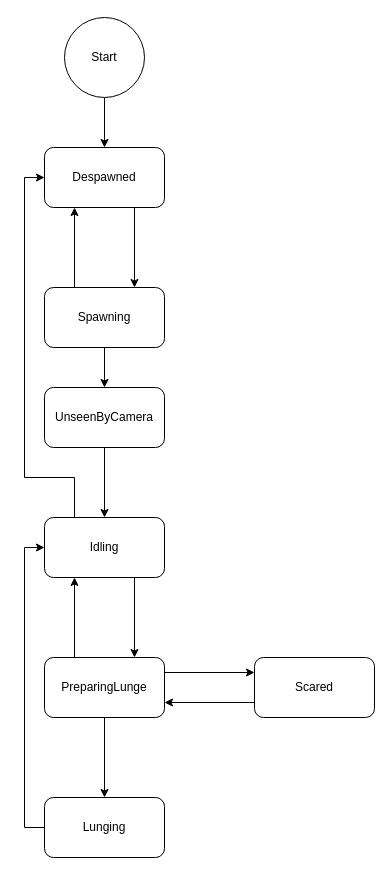
bjarkithordarson/porphyria keeps this draw.io diagram as Assets/Porphyria/Components/Stalker/ssm.drawio. Above is the earlier version. Source tidied: cells renumbered, new cells numbered last; positions are measured from the earlier drawing's top-left corner, leaving out a move shared by most shapes. Both pictures are drawn from the tidied source at 100%, with x=0, y=0 at pixel (24, 17).
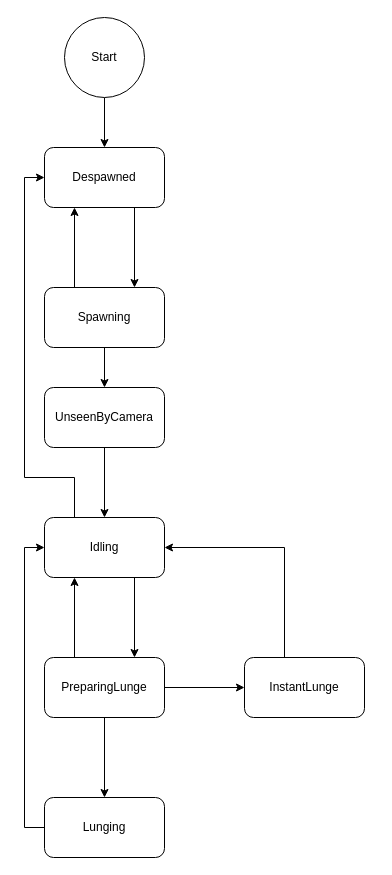
Above is the later version.

Commit message:
Update stalker state machine diagram

Unchanged cells that the change refers to:
```xml
<mxCell id="9" value="Idling" style="rounded=1;whiteSpace=wrap;html=1;" parent="1" vertex="1">
  <mxGeometry x="20" y="500" width="120" height="60" as="geometry" />
</mxCell>
<mxCell id="13" value="PreparingLunge" style="rounded=1;whiteSpace=wrap;html=1;" parent="1" vertex="1">
  <mxGeometry x="20" y="640" width="120" height="60" as="geometry" />
</mxCell>
```

The edit, as a diff of the source:
```diff
@@
-    <mxCell id="12" style="edgeStyle=orthogonalEdgeStyle;rounded=0;jettySize=auto;html=1;exitX=1;exitY=0.25;exitDx=0;exitDy=0;entryX=0;entryY=0.25;entryDx=0;entryDy=0;" parent="1" edge="1" source="13" target="15">
-      <mxGeometry relative="1" as="geometry" />
-    </mxCell>
+    <mxCell id="22" style="edgeStyle=orthogonalEdgeStyle;rounded=0;jettySize=auto;html=1;entryX=0;entryY=0.5;entryDx=0;entryDy=0;" parent="1" edge="1" source="13" target="24">
+      <mxGeometry relative="1" as="geometry" />
+    </mxCell>
@@
-    <mxCell id="14" style="edgeStyle=orthogonalEdgeStyle;rounded=0;jettySize=auto;html=1;exitX=0;exitY=0.75;exitDx=0;exitDy=0;entryX=1;entryY=0.75;entryDx=0;entryDy=0;" parent="1" edge="1" source="15" target="13">
-      <mxGeometry relative="1" as="geometry" />
-    </mxCell>
-    <mxCell id="15" value="Scared" style="rounded=1;whiteSpace=wrap;html=1;" parent="1" vertex="1">
-      <mxGeometry x="230" y="640" width="120" height="60" as="geometry" />
-    </mxCell>
@@
+    <mxCell id="23" style="edgeStyle=orthogonalEdgeStyle;rounded=0;jettySize=auto;html=1;entryX=1;entryY=0.5;entryDx=0;entryDy=0;" parent="1" edge="1" source="24" target="9">
+      <mxGeometry relative="1" as="geometry">
+        <Array as="points">
+          <mxPoint x="260" y="530" />
+        </Array>
+      </mxGeometry>
+    </mxCell>
+    <mxCell id="24" value="InstantLunge" style="rounded=1;whiteSpace=wrap;html=1;" parent="1" vertex="1">
+      <mxGeometry x="220" y="640" width="120" height="60" as="geometry" />
+    </mxCell>
```
